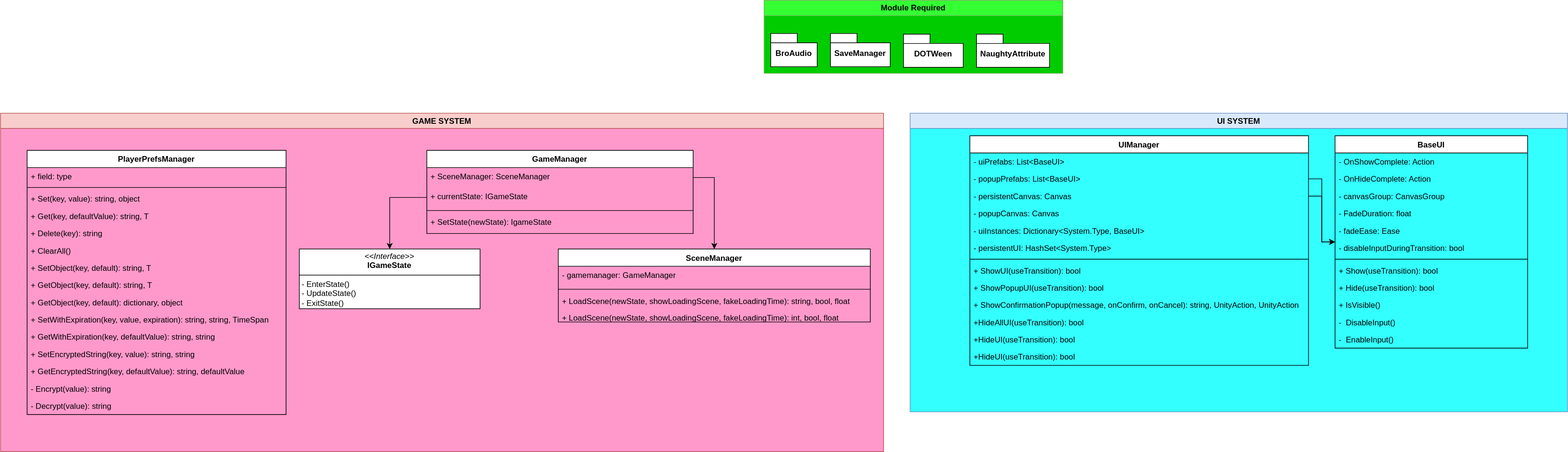
Mainra-Team/WikiResources keeps this draw.io diagram as Overview Unity GameFramework.drawio.svg. Above is the earlier version. Source tidied: cells renumbered, new cells last; positions are measured from the earlier drawing's top-left corner, leaving out a move shared by most shapes.
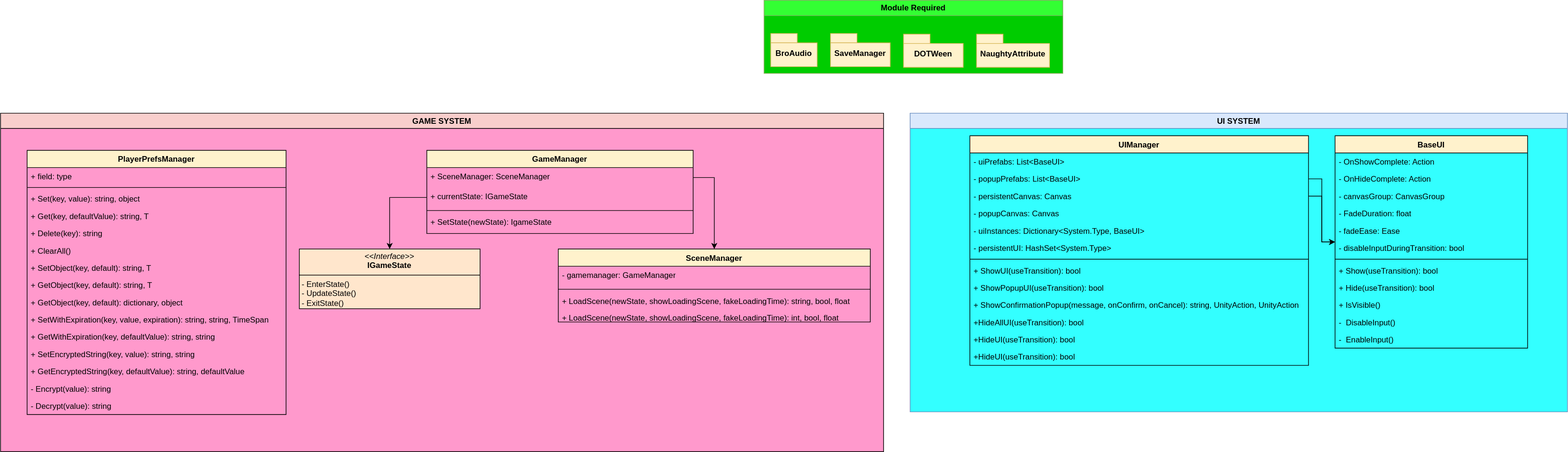
The same diagram one commit later.

The edit, as a diff of the source:
```diff
@@ -2,22 +2,22 @@
   <root>
     <mxCell id="0" />
     <mxCell id="1" parent="0" />
-    <mxCell id="2" style="group;" parent="1" vertex="1">
+    <mxCell id="2" style="group;fillColor=#fff2cc;strokeColor=#d6b656;" parent="1" vertex="1">
       <mxGeometry x="1150" width="450" height="110" as="geometry" />
     </mxCell>
     <mxCell id="3" value="Module Required" style="swimlane;whiteSpace=wrap;html=1;fillColor=#33FF33;strokeColor=#82b366;fillStyle=solid;gradientColor=none;swimlaneFillColor=#00CC00;" parent="2" vertex="1">
       <mxGeometry width="450" height="110" as="geometry" />
     </mxCell>
-    <mxCell id="4" value="DOTWeen" style="shape=folder;fontStyle=1;spacingTop=10;tabWidth=40;tabHeight=14;tabPosition=left;html=1;whiteSpace=wrap;" parent="3" vertex="1">
+    <mxCell id="4" value="DOTWeen" style="shape=folder;fontStyle=1;spacingTop=10;tabWidth=40;tabHeight=14;tabPosition=left;html=1;whiteSpace=wrap;fillColor=#fff2cc;strokeColor=#d6b656;" parent="3" vertex="1">
       <mxGeometry x="210" y="51" width="90" height="50" as="geometry" />
     </mxCell>
-    <mxCell id="5" value="NaughtyAttribute" style="shape=folder;fontStyle=1;spacingTop=10;tabWidth=40;tabHeight=14;tabPosition=left;html=1;whiteSpace=wrap;" parent="3" vertex="1">
+    <mxCell id="5" value="NaughtyAttribute" style="shape=folder;fontStyle=1;spacingTop=10;tabWidth=40;tabHeight=14;tabPosition=left;html=1;whiteSpace=wrap;fillColor=#fff2cc;strokeColor=#d6b656;" parent="3" vertex="1">
       <mxGeometry x="320" y="51" width="110" height="50" as="geometry" />
     </mxCell>
-    <mxCell id="6" value="BroAudio" style="shape=folder;fontStyle=1;spacingTop=10;tabWidth=40;tabHeight=14;tabPosition=left;html=1;whiteSpace=wrap;" parent="2" vertex="1">
+    <mxCell id="6" value="BroAudio" style="shape=folder;fontStyle=1;spacingTop=10;tabWidth=40;tabHeight=14;tabPosition=left;html=1;whiteSpace=wrap;fillColor=#fff2cc;strokeColor=#d6b656;" parent="2" vertex="1">
       <mxGeometry x="10" y="50" width="70" height="50" as="geometry" />
     </mxCell>
-    <mxCell id="7" value="SaveManager" style="shape=folder;fontStyle=1;spacingTop=10;tabWidth=40;tabHeight=14;tabPosition=left;html=1;whiteSpace=wrap;" parent="2" vertex="1">
+    <mxCell id="7" value="SaveManager" style="shape=folder;fontStyle=1;spacingTop=10;tabWidth=40;tabHeight=14;tabPosition=left;html=1;whiteSpace=wrap;fillColor=#fff2cc;strokeColor=#d6b656;" parent="2" vertex="1">
       <mxGeometry x="100" y="50" width="90" height="50" as="geometry" />
     </mxCell>
     <mxCell id="8" style="group;fillColor=#33FFFF;" parent="1" vertex="1">
@@ -26,7 +26,7 @@
     <mxCell id="9" value="UI SYSTEM" style="swimlane;fillColor=#dae8fc;strokeColor=#6c8ebf;" parent="8" vertex="1">
       <mxGeometry width="990" height="450" as="geometry" />
     </mxCell>
-    <mxCell id="10" value="UIManager" style="swimlane;fontStyle=1;align=center;verticalAlign=top;horizontal=1;startSize=26;whiteSpace=wrap;html=1;" parent="9" vertex="1">
+    <mxCell id="10" value="UIManager" style="swimlane;fontStyle=1;align=center;verticalAlign=top;horizontal=1;startSize=26;whiteSpace=wrap;html=1;fillColor=#fff2cc;strokeColor=light-dark(#000000, #6d5100);" parent="9" vertex="1">
       <mxGeometry x="90" y="34" width="510" height="346" as="geometry" />
     </mxCell>
     <mxCell id="11" value="- uiPrefabs: List&amp;lt;BaseUI&amp;gt;" style="text;strokeColor=none;fillColor=none;align=left;verticalAlign=top;spacingLeft=4;spacingRight=4;overflow=hidden;whiteSpace=wrap;html=1;" parent="10" vertex="1">
@@ -68,7 +68,7 @@
     <mxCell id="23" value="+HideUI(useTransition): bool" style="text;strokeColor=none;fillColor=none;align=left;verticalAlign=top;spacingLeft=4;spacingRight=4;overflow=hidden;whiteSpace=wrap;html=1;" parent="10" vertex="1">
       <mxGeometry y="320" width="510" height="26" as="geometry" />
     </mxCell>
-    <mxCell id="24" value="BaseUI" style="swimlane;fontStyle=1;align=center;verticalAlign=top;horizontal=1;startSize=26;whiteSpace=wrap;html=1;" parent="9" vertex="1">
+    <mxCell id="24" value="BaseUI" style="swimlane;fontStyle=1;align=center;verticalAlign=top;horizontal=1;startSize=26;whiteSpace=wrap;html=1;fillColor=#fff2cc;strokeColor=#000000;" parent="9" vertex="1">
       <mxGeometry x="640" y="34" width="290" height="320" as="geometry" />
     </mxCell>
     <mxCell id="25" value="- OnShowComplete: Action" style="text;strokeColor=none;fillColor=none;align=left;verticalAlign=top;spacingLeft=4;spacingRight=4;overflow=hidden;whiteSpace=wrap;html=1;" parent="24" vertex="1">
@@ -116,10 +116,10 @@
     <mxCell id="39" style="group;fillColor=#FF99CC;" parent="1" vertex="1">
       <mxGeometry y="170" width="1330" height="510" as="geometry" />
     </mxCell>
-    <mxCell id="40" value="GAME SYSTEM" style="swimlane;fillColor=#f8cecc;strokeColor=#b85450;" parent="39" vertex="1">
+    <mxCell id="40" value="GAME SYSTEM" style="swimlane;fillColor=#f8cecc;strokeColor=#000000;" parent="39" vertex="1">
       <mxGeometry width="1330" height="510" as="geometry" />
     </mxCell>
-    <mxCell id="41" value="PlayerPrefsManager" style="swimlane;fontStyle=1;align=center;verticalAlign=top;horizontal=1;startSize=26;whiteSpace=wrap;html=1;" parent="40" vertex="1">
+    <mxCell id="41" value="PlayerPrefsManager" style="swimlane;fontStyle=1;align=center;verticalAlign=top;horizontal=1;startSize=26;whiteSpace=wrap;html=1;fillColor=#fff2cc;strokeColor=default;" parent="40" vertex="1">
       <mxGeometry x="40" y="56" width="390" height="398" as="geometry" />
     </mxCell>
     <mxCell id="42" value="+ field: type" style="text;strokeColor=none;fillColor=none;align=left;verticalAlign=top;spacingLeft=4;spacingRight=4;overflow=hidden;whiteSpace=wrap;html=1;" parent="41" vertex="1">
@@ -167,7 +167,7 @@
     <mxCell id="56" value="- Decrypt(value): string" style="text;strokeColor=none;fillColor=none;align=left;verticalAlign=top;spacingLeft=4;spacingRight=4;overflow=hidden;whiteSpace=wrap;html=1;" parent="41" vertex="1">
       <mxGeometry y="372" width="390" height="26" as="geometry" />
     </mxCell>
-    <mxCell id="57" value="GameManager" style="swimlane;fontStyle=1;align=center;verticalAlign=top;horizontal=1;startSize=26;whiteSpace=wrap;html=1;" parent="40" vertex="1">
+    <mxCell id="57" value="GameManager" style="swimlane;fontStyle=1;align=center;verticalAlign=top;horizontal=1;startSize=26;whiteSpace=wrap;html=1;fillColor=#fff2cc;strokeColor=#000000;" parent="40" vertex="1">
       <mxGeometry x="642" y="56" width="401.2" height="125.3" as="geometry" />
     </mxCell>
     <mxCell id="58" value="+ SceneManager: SceneManager" style="text;strokeColor=none;fillColor=none;align=left;verticalAlign=top;spacingLeft=4;spacingRight=4;overflow=hidden;points=[[0,0.5],[1,0.5]];portConstraint=eastwest;whiteSpace=wrap;html=1;" parent="57" vertex="1">
@@ -182,10 +182,10 @@
     <mxCell id="61" value="+ SetState(newState): IgameState" style="text;strokeColor=none;fillColor=none;align=left;verticalAlign=top;spacingLeft=4;spacingRight=4;overflow=hidden;whiteSpace=wrap;html=1;" parent="57" vertex="1">
       <mxGeometry y="95.3" width="401.2" height="30" as="geometry" />
     </mxCell>
-    <mxCell id="62" value="&lt;p style=&quot;margin:0px;margin-top:4px;text-align:center;&quot;&gt;&lt;i&gt;&amp;lt;&amp;lt;Interface&amp;gt;&amp;gt;&lt;/i&gt;&lt;br&gt;&lt;b&gt;IGameState&lt;/b&gt;&lt;/p&gt;&lt;hr size=&quot;1&quot; style=&quot;border-style:solid;&quot;&gt;&lt;p style=&quot;margin:0px;margin-left:4px;&quot;&gt;&lt;/p&gt;&lt;p style=&quot;margin:0px;margin-left:4px;&quot;&gt;- EnterState()&lt;/p&gt;&lt;p style=&quot;margin:0px;margin-left:4px;&quot;&gt;- UpdateState()&lt;/p&gt;&lt;p style=&quot;margin:0px;margin-left:4px;&quot;&gt;- ExitState()&lt;/p&gt;" style="verticalAlign=top;align=left;overflow=fill;html=1;whiteSpace=wrap;" parent="40" vertex="1">
+    <mxCell id="62" value="&lt;p style=&quot;margin:0px;margin-top:4px;text-align:center;&quot;&gt;&lt;i&gt;&amp;lt;&amp;lt;Interface&amp;gt;&amp;gt;&lt;/i&gt;&lt;br&gt;&lt;b&gt;IGameState&lt;/b&gt;&lt;/p&gt;&lt;hr size=&quot;1&quot; style=&quot;border-style:solid;&quot;&gt;&lt;p style=&quot;margin:0px;margin-left:4px;&quot;&gt;&lt;/p&gt;&lt;p style=&quot;margin:0px;margin-left:4px;&quot;&gt;- EnterState()&lt;/p&gt;&lt;p style=&quot;margin:0px;margin-left:4px;&quot;&gt;- UpdateState()&lt;/p&gt;&lt;p style=&quot;margin:0px;margin-left:4px;&quot;&gt;- ExitState()&lt;/p&gt;" style="verticalAlign=top;align=left;overflow=fill;html=1;whiteSpace=wrap;fillColor=#ffe6cc;strokeColor=#000000;" parent="40" vertex="1">
       <mxGeometry x="450" y="204.6" width="272.2" height="90" as="geometry" />
     </mxCell>
-    <mxCell id="63" value="SceneManager" style="swimlane;fontStyle=1;align=center;verticalAlign=top;horizontal=1;startSize=26;whiteSpace=wrap;html=1;" parent="40" vertex="1">
+    <mxCell id="63" value="SceneManager" style="swimlane;fontStyle=1;align=center;verticalAlign=top;horizontal=1;startSize=26;whiteSpace=wrap;html=1;fillColor=#fff2cc;strokeColor=#000000;" parent="40" vertex="1">
       <mxGeometry x="840" y="204.6" width="470" height="110" as="geometry" />
     </mxCell>
     <mxCell id="64" value="- gamemanager: GameManager" style="text;strokeColor=none;fillColor=none;align=left;verticalAlign=top;spacingLeft=4;spacingRight=4;overflow=hidden;whiteSpace=wrap;html=1;" parent="63" vertex="1">
```
